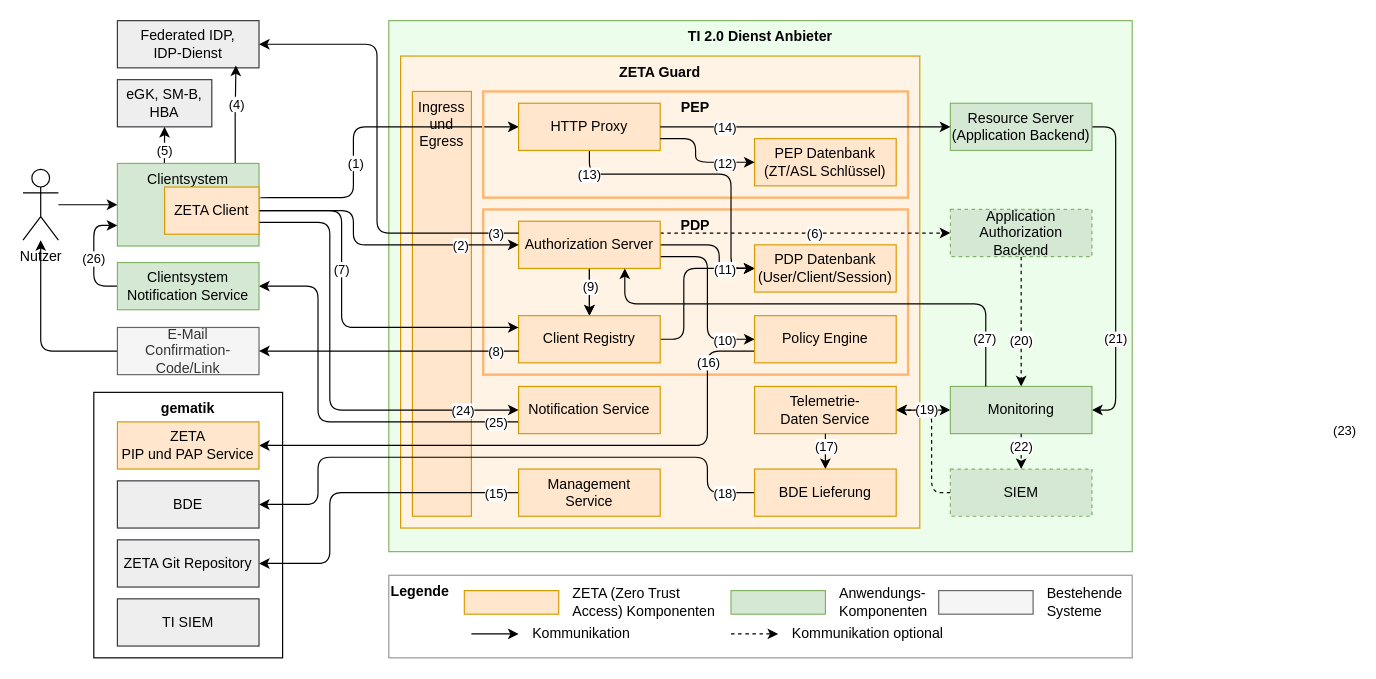
Above: src/drawio/Zero-Trust_Architektur.drawio in gematik/spec-t20r (draw.io), before the change. Source tidied: cells renumbered, new cells numbered last; positions are measured from the earlier drawing's top-left corner, leaving out a move shared by most shapes. Both pictures are drawn from the tidied source at 118%, with x=0, y=0 at pixel (22, 20).
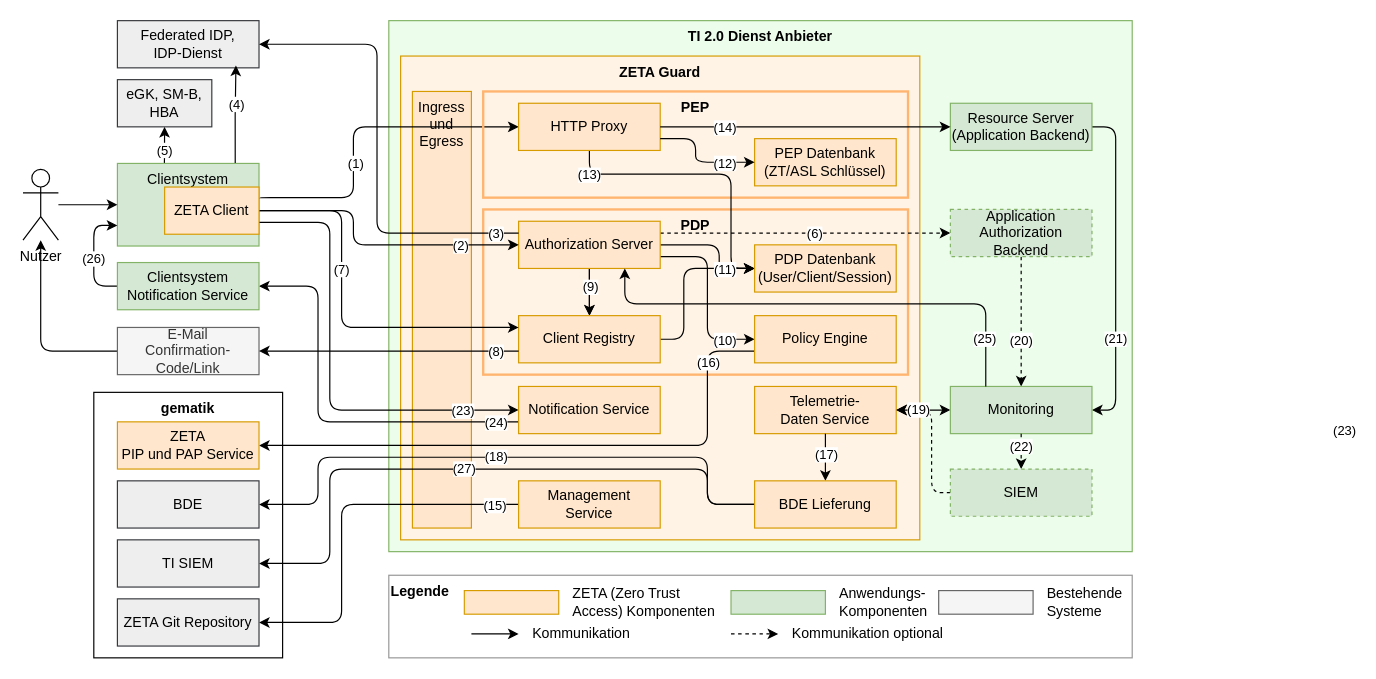
Above is the later version.

Unchanged cells that the change refers to:
```xml
<mxCell id="52" style="edgeStyle=orthogonalEdgeStyle;rounded=1;jettySize=auto;html=1;entryX=1;entryY=0.5;entryDx=0;entryDy=0;dashed=1;curved=0;" parent="1" edge="1" source="96" target="29">
  <mxGeometry relative="1" as="geometry">
    <Array as="points">
      <mxPoint x="770" y="400" />
      <mxPoint x="770" y="330" />
    </Array>
  </mxGeometry>
</mxCell>
<mxCell id="57" value="&lt;div&gt;BDE&lt;/div&gt;" style="rounded=0;whiteSpace=wrap;html=1;fillColor=#eeeeee;strokeColor=#36393d;" parent="1" vertex="1">
  <mxGeometry x="80" y="390" width="120" height="40" as="geometry" />
</mxCell>
<mxCell id="77" style="edgeStyle=orthogonalEdgeStyle;rounded=1;jettySize=auto;html=1;entryX=0;entryY=0.5;entryDx=0;entryDy=0;curved=0;exitX=1;exitY=0.75;exitDx=0;exitDy=0;" parent="1" edge="1" source="79" target="99">
  <mxGeometry relative="1" as="geometry">
    <Array as="points">
      <mxPoint x="260" y="171" />
      <mxPoint x="260" y="330" />
    </Array>
  </mxGeometry>
</mxCell>
<mxCell id="93" style="edgeStyle=orthogonalEdgeStyle;html=1;entryX=0.75;entryY=1;entryDx=0;entryDy=0;exitX=0.25;exitY=0;exitDx=0;exitDy=0;" parent="1" edge="1" source="35" target="17">
  <mxGeometry relative="1" as="geometry">
    <Array as="points">
      <mxPoint x="816" y="240" />
      <mxPoint x="510" y="240" />
    </Array>
  </mxGeometry>
</mxCell>
<mxCell id="97" style="edgeStyle=orthogonalEdgeStyle;rounded=1;jettySize=auto;html=1;entryX=1;entryY=0.5;entryDx=0;entryDy=0;exitX=0;exitY=0.75;exitDx=0;exitDy=0;curved=0;" parent="1" edge="1" source="99" target="102">
  <mxGeometry relative="1" as="geometry">
    <Array as="points">
      <mxPoint x="250" y="340" />
      <mxPoint x="250" y="225" />
    </Array>
  </mxGeometry>
</mxCell>
```

Diff of the diagram source:
```diff
@@
     <mxCell id="4" value="&lt;b&gt;ZETA Guard&lt;/b&gt;" style="rounded=0;whiteSpace=wrap;html=1;align=center;verticalAlign=top;fillColor=#fff3e5;strokeColor=#d79b00;" parent="1" vertex="1">
-      <mxGeometry x="320" y="30" width="440" height="400" as="geometry" />
+      <mxGeometry x="320" y="30" width="440" height="410" as="geometry" />
     </mxCell>
     <mxCell id="5" value="Ingress&lt;div&gt;und&lt;/div&gt;&lt;div&gt;Egress&lt;div&gt;&lt;/div&gt;&lt;/div&gt;" style="rounded=0;whiteSpace=wrap;html=1;fillColor=#ffe6cc;strokeColor=#d79b00;verticalAlign=top;" parent="1" vertex="1">
-      <mxGeometry x="330" y="60" width="50" height="360" as="geometry" />
+      <mxGeometry x="330" y="60" width="50" height="370" as="geometry" />
     </mxCell>
@@
     <mxCell id="30" style="edgeStyle=orthogonalEdgeStyle;rounded=1;jettySize=auto;html=1;entryX=1;entryY=0.5;entryDx=0;entryDy=0;curved=0;exitX=0;exitY=0.5;exitDx=0;exitDy=0;" parent="1" edge="1" source="32" target="60">
       <mxGeometry relative="1" as="geometry">
         <Array as="points">
-          <mxPoint x="260" y="400" />
-          <mxPoint x="260" y="460" />
+          <mxPoint x="270" y="410" />
+          <mxPoint x="270" y="510" />
         </Array>
       </mxGeometry>
     </mxCell>
@@
     <mxCell id="32" value="Management&lt;div&gt;Service&lt;/div&gt;" style="rounded=0;whiteSpace=wrap;html=1;fillColor=#ffe6cc;strokeColor=#d79b00;" parent="1" vertex="1">
-      <mxGeometry x="420" y="380" width="120" height="40" as="geometry" />
+      <mxGeometry x="420" y="390" width="120" height="40" as="geometry" />
     </mxCell>
@@
     <mxCell id="49" style="edgeStyle=orthogonalEdgeStyle;rounded=1;jettySize=auto;html=1;entryX=1;entryY=0.5;entryDx=0;entryDy=0;exitX=0;exitY=0.5;exitDx=0;exitDy=0;curved=0;" parent="1" edge="1" source="51" target="57">
       <mxGeometry relative="1" as="geometry">
         <Array as="points">
-          <mxPoint x="580" y="400" />
+          <mxPoint x="580" y="410" />
           <mxPoint x="580" y="370" />
           <mxPoint x="250" y="370" />
           <mxPoint x="250" y="410" />
         </Array>
       </mxGeometry>
     </mxCell>
     <mxCell id="50" value="(18)" style="edgeLabel;html=1;align=center;verticalAlign=middle;" parent="49" vertex="1">
       <mxGeometry x="-0.73" relative="1" as="geometry">
-        <mxPoint x="14" y="26" as="offset" />
+        <mxPoint x="-180" y="-13" as="offset" />
       </mxGeometry>
     </mxCell>
+    <mxCell id="103" style="edgeStyle=orthogonalEdgeStyle;rounded=1;jettySize=auto;html=1;entryX=1;entryY=0.5;entryDx=0;entryDy=0;exitX=0;exitY=0.5;exitDx=0;exitDy=0;curved=0;" parent="1" edge="1" source="51" target="59">
+      <mxGeometry relative="1" as="geometry">
+        <Array as="points">
+          <mxPoint x="580" y="410" />
+          <mxPoint x="580" y="380" />
+          <mxPoint x="260" y="380" />
+          <mxPoint x="260" y="460" />
+        </Array>
+      </mxGeometry>
+    </mxCell>
+    <mxCell id="104" value="(27)" style="edgeLabel;html=1;align=center;verticalAlign=middle;" parent="103" vertex="1">
+      <mxGeometry x="-0.44" y="-1" relative="1" as="geometry">
+        <mxPoint x="-129" as="offset" />
+      </mxGeometry>
+    </mxCell>
     <mxCell id="51" value="&lt;div&gt;BDE Lieferung&lt;/div&gt;" style="rounded=0;whiteSpace=wrap;html=1;fillColor=#ffe6cc;strokeColor=#d79b00;" parent="1" vertex="1">
-      <mxGeometry x="620" y="380" width="120" height="40" as="geometry" />
+      <mxGeometry x="620" y="390" width="120" height="40" as="geometry" />
     </mxCell>
@@
     <mxCell id="54" value="(19)" style="edgeLabel;html=1;align=center;verticalAlign=middle;" parent="52" vertex="1">
       <mxGeometry x="0.2" y="1" relative="1" as="geometry">
-        <mxPoint x="-4" y="-16" as="offset" />
+        <mxPoint x="-11" y="-16" as="offset" />
       </mxGeometry>
     </mxCell>
@@
     <mxCell id="59" value="&lt;div&gt;TI SIEM&lt;/div&gt;" style="rounded=0;whiteSpace=wrap;html=1;fillColor=#eeeeee;strokeColor=#36393d;" parent="1" vertex="1">
-      <mxGeometry x="80" y="490" width="120" height="40" as="geometry" />
+      <mxGeometry x="80" y="440" width="120" height="40" as="geometry" />
     </mxCell>
     <mxCell id="60" value="ZETA Git&amp;nbsp;&lt;span style=&quot;background-color: initial;&quot;&gt;Repository&lt;/span&gt;" style="rounded=0;whiteSpace=wrap;html=1;fillColor=#eeeeee;strokeColor=#36393d;" parent="1" vertex="1">
-      <mxGeometry x="80" y="440" width="120" height="40" as="geometry" />
+      <mxGeometry x="80" y="490" width="120" height="40" as="geometry" />
     </mxCell>
@@
-    <mxCell id="78" value="(24)" style="edgeLabel;html=1;align=center;verticalAlign=middle;" parent="77" vertex="1">
+    <mxCell id="78" value="(23)" style="edgeLabel;html=1;align=center;verticalAlign=middle;" parent="77" vertex="1">
       <mxGeometry x="0.29" y="-2" relative="1" as="geometry">
         <mxPoint x="87" y="-2" as="offset" />
       </mxGeometry>
     </mxCell>
@@
-    <mxCell id="95" value="(27)" style="edgeLabel;html=1;align=center;verticalAlign=middle;" parent="93" vertex="1">
+    <mxCell id="95" value="(25)" style="edgeLabel;html=1;align=center;verticalAlign=middle;" parent="93" vertex="1">
       <mxGeometry x="-0.8" y="1" relative="1" as="geometry" />
     </mxCell>
@@
-    <mxCell id="98" value="(25)" style="edgeLabel;html=1;align=center;verticalAlign=middle;" parent="97" vertex="1">
+    <mxCell id="98" value="(24)" style="edgeLabel;html=1;align=center;verticalAlign=middle;" parent="97" vertex="1">
       <mxGeometry x="-0.86" relative="1" as="geometry">
         <mxPoint x="3" as="offset" />
       </mxGeometry>
     </mxCell>
```
